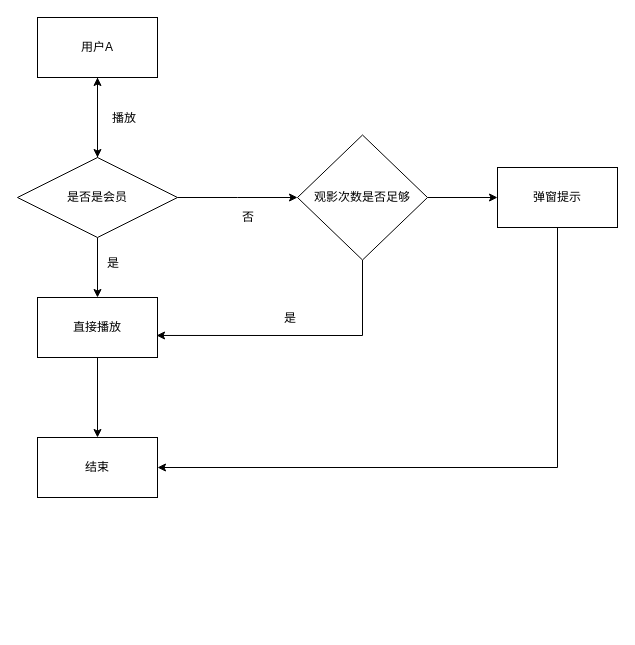
This is 未命名表单.drawio from dengjunwen/UML, a draw.io file, before an edit. Source tidied: cells renumbered, new cells numbered last; positions are measured from the earlier drawing's top-left corner, leaving out a move shared by most shapes. Both pictures are drawn from the tidied source at 100%, with x=0, y=0 at pixel (17, 17).
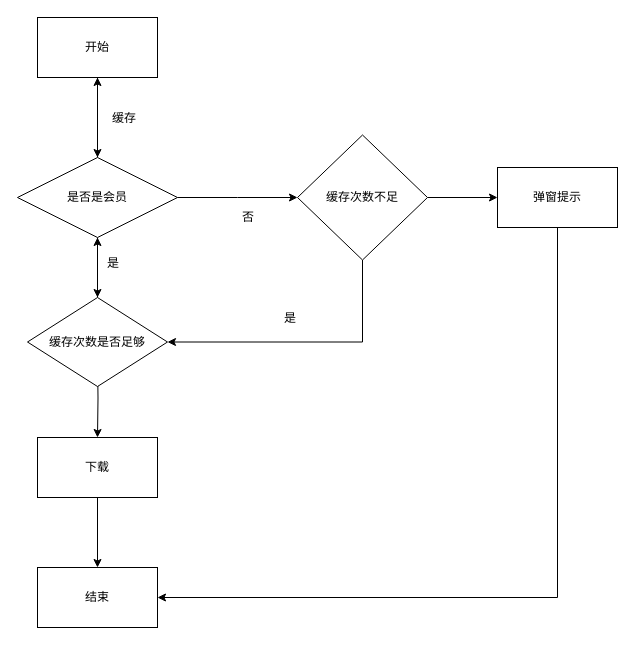
The same page after the edit.

Commit message:
缓存视频流程.drawio

The change refers to these unchanged cells:
```xml
<mxCell id="7" value="是否是会员" style="rhombus;whiteSpace=wrap;html=1;" parent="1" vertex="1">
  <mxGeometry y="140" width="160" height="80" as="geometry" />
</mxCell>
<mxCell id="18" value="弹窗提示" style="rounded=0;whiteSpace=wrap;html=1;" parent="1" vertex="1">
  <mxGeometry x="480" y="150" width="120" height="60" as="geometry" />
</mxCell>
```

Diff of the diagram source:
```diff
@@
-    <mxCell id="3" value="用户A" style="rounded=0;whiteSpace=wrap;html=1;" parent="1" vertex="1">
+    <mxCell id="3" value="开始" style="rounded=0;whiteSpace=wrap;html=1;" parent="1" vertex="1">
       <mxGeometry x="20" width="120" height="60" as="geometry" />
     </mxCell>
@@
-    <mxCell id="5" style="edgeStyle=orthogonalEdgeStyle;rounded=0;jettySize=auto;html=1;exitX=0.5;exitY=1;exitDx=0;exitDy=0;" parent="1" edge="1" source="7" target="9">
-      <mxGeometry relative="1" as="geometry" />
+    <mxCell id="5" style="edgeStyle=orthogonalEdgeStyle;rounded=0;jettySize=auto;html=1;exitX=0.5;exitY=1;exitDx=0;exitDy=0;" parent="1" edge="1" source="7">
+      <mxGeometry relative="1" as="geometry">
+        <mxPoint x="80" y="280" as="targetPoint" />
+      </mxGeometry>
     </mxCell>
@@
-    <mxCell id="8" style="edgeStyle=orthogonalEdgeStyle;rounded=0;jettySize=auto;html=1;" parent="1" edge="1" source="9" target="19">
-      <mxGeometry relative="1" as="geometry" />
+    <mxCell id="8" style="edgeStyle=orthogonalEdgeStyle;rounded=0;jettySize=auto;html=1;" parent="1" edge="1" target="19">
+      <mxGeometry relative="1" as="geometry">
+        <mxPoint x="80" y="340" as="sourcePoint" />
+      </mxGeometry>
     </mxCell>
-    <mxCell id="9" value="直接播放&lt;br&gt;" style="rounded=0;whiteSpace=wrap;html=1;" parent="1" vertex="1">
-      <mxGeometry x="20" y="280" width="120" height="60" as="geometry" />
-    </mxCell>
-    <mxCell id="10" value="播放" style="text;html=1;align=left;verticalAlign=top;spacingTop=-4;" parent="1" vertex="1">
+    <mxCell id="10" value="缓存" style="text;html=1;align=left;verticalAlign=top;spacingTop=-4;" parent="1" vertex="1">
       <mxGeometry x="93" y="91" width="40" height="20" as="geometry" />
     </mxCell>
@@
-    <mxCell id="13" style="edgeStyle=orthogonalEdgeStyle;rounded=0;jettySize=auto;html=1;entryX=0.992;entryY=0.633;entryDx=0;entryDy=0;entryPerimeter=0;" parent="1" edge="1" source="15" target="9">
+    <mxCell id="13" style="edgeStyle=orthogonalEdgeStyle;rounded=0;jettySize=auto;html=1;entryX=1;entryY=0.5;entryDx=0;entryDy=0;" parent="1" edge="1" source="15" target="22">
       <mxGeometry relative="1" as="geometry">
         <Array as="points">
-          <mxPoint x="345" y="318" />
+          <mxPoint x="345" y="325" />
         </Array>
       </mxGeometry>
     </mxCell>
@@
-    <mxCell id="15" value="观影次数是否足够" style="rhombus;whiteSpace=wrap;html=1;" parent="1" vertex="1">
+    <mxCell id="15" value="缓存次数不足" style="rhombus;whiteSpace=wrap;html=1;" parent="1" vertex="1">
       <mxGeometry x="280" y="117.5" width="130" height="125" as="geometry" />
     </mxCell>
@@
-    <mxCell id="17" style="edgeStyle=orthogonalEdgeStyle;rounded=0;jettySize=auto;html=1;entryX=1;entryY=0.5;entryDx=0;entryDy=0;" parent="1" edge="1" source="18" target="19">
+    <mxCell id="17" style="edgeStyle=orthogonalEdgeStyle;rounded=0;jettySize=auto;html=1;entryX=1;entryY=0.5;entryDx=0;entryDy=0;" parent="1" edge="1" source="18" target="23">
       <mxGeometry relative="1" as="geometry">
         <Array as="points">
-          <mxPoint x="540" y="450" />
+          <mxPoint x="540" y="580" />
         </Array>
       </mxGeometry>
     </mxCell>
@@
+    <mxCell id="20" style="edgeStyle=orthogonalEdgeStyle;rounded=0;jettySize=auto;html=1;" parent="1" edge="1" source="19" target="23">
+      <mxGeometry relative="1" as="geometry" />
+    </mxCell>
-    <mxCell id="19" value="结束" style="rounded=0;whiteSpace=wrap;html=1;" parent="1" vertex="1">
+    <mxCell id="19" value="下载" style="rounded=0;whiteSpace=wrap;html=1;" parent="1" vertex="1">
       <mxGeometry x="20" y="420" width="120" height="60" as="geometry" />
     </mxCell>
+    <mxCell id="21" style="edgeStyle=orthogonalEdgeStyle;rounded=0;jettySize=auto;html=1;" parent="1" edge="1" source="22" target="7">
+      <mxGeometry relative="1" as="geometry" />
+    </mxCell>
+    <mxCell id="22" value="&lt;span&gt;缓存次数是否足够&lt;/span&gt;" style="rhombus;whiteSpace=wrap;html=1;" parent="1" vertex="1">
+      <mxGeometry x="10" y="280" width="140" height="89" as="geometry" />
+    </mxCell>
+    <mxCell id="23" value="结束" style="rounded=0;whiteSpace=wrap;html=1;" parent="1" vertex="1">
+      <mxGeometry x="20" y="550" width="120" height="60" as="geometry" />
+    </mxCell>
```
